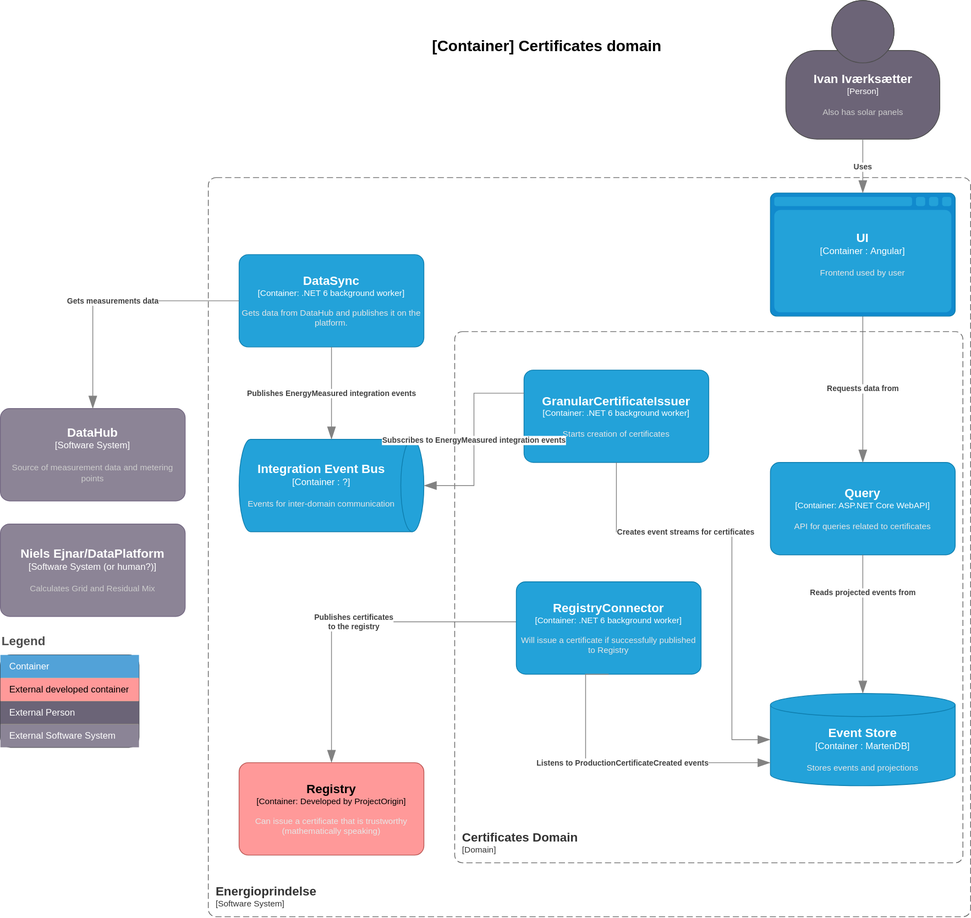
Energinet-DataHub/energy-origin keeps this draw.io diagram as doc/architecture/diagrams/certificates.target.container.drawio.svg. Above is the earlier version. Source tidied: cells renumbered, new cells last; positions are measured from the earlier drawing's top-left corner, leaving out a move shared by most shapes.
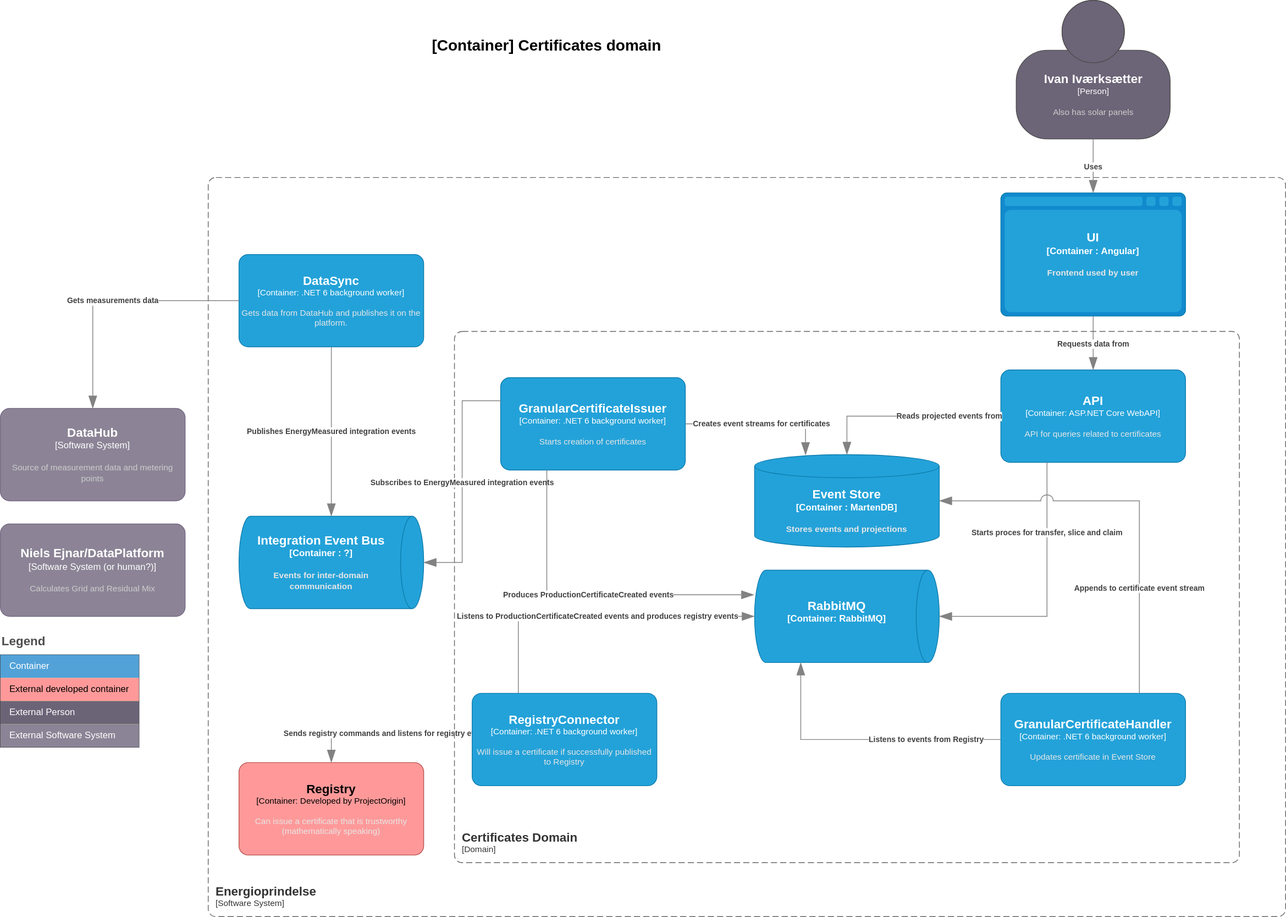
Later version of the same file.

Change to the diagram source:
```diff
@@ -6,8 +6,8 @@
       <mxCell style="rounded=1;fontSize=11;whiteSpace=wrap;html=1;dashed=1;arcSize=20;fillColor=none;strokeColor=#666666;fontColor=#333333;labelBackgroundColor=none;align=left;verticalAlign=bottom;labelBorderColor=none;spacingTop=0;spacing=10;dashPattern=8 4;perimeter=rectanglePerimeter;noLabel=0;labelPadding=0;absoluteArcSize=1;" parent="1" vertex="1">
-        <mxGeometry x="270" y="230" width="990" height="960" as="geometry" />
+        <mxGeometry x="270" y="230" width="1400" height="960" as="geometry" />
       </mxCell>
     </object>
-    <object id="3" label="&lt;font style=&quot;font-size: 16px&quot;&gt;&lt;b&gt;%c4Name%&lt;/b&gt;&lt;/font&gt;&lt;div&gt;[%c4Type%: %c4Technology%]&lt;/div&gt;&lt;br&gt;&lt;div&gt;&lt;font style=&quot;font-size: 11px&quot;&gt;&lt;font color=&quot;#E6E6E6&quot;&gt;%c4Description%&lt;/font&gt;&lt;/div&gt;" c4Description="API for queries related to certificates" c4Name="Query" c4Technology="ASP.NET Core WebAPI" c4Type="Container" placeholders="1">
+    <object id="3" label="&lt;font style=&quot;font-size: 16px&quot;&gt;&lt;b&gt;%c4Name%&lt;/b&gt;&lt;/font&gt;&lt;div&gt;[%c4Type%: %c4Technology%]&lt;/div&gt;&lt;br&gt;&lt;div&gt;&lt;font style=&quot;font-size: 11px&quot;&gt;&lt;font color=&quot;#E6E6E6&quot;&gt;%c4Description%&lt;/font&gt;&lt;/div&gt;" c4Description="API for queries related to certificates" c4Name="API" c4Technology="ASP.NET Core WebAPI" c4Type="Container" placeholders="1">
       <mxCell style="rounded=1;whiteSpace=wrap;html=1;fontSize=11;labelBackgroundColor=none;fillColor=#23A2D9;fontColor=#ffffff;align=center;arcSize=10;strokeColor=#0E7DAD;points=[[0.25,0,0],[0.5,0,0],[0.75,0,0],[1,0.25,0],[1,0.5,0],[1,0.75,0],[0.75,1,0],[0.5,1,0],[0.25,1,0],[0,0.75,0],[0,0.5,0],[0,0.25,0]];" parent="1" vertex="1">
-        <mxGeometry x="1000" y="600" width="240" height="120" as="geometry" />
+        <mxGeometry x="1300" y="480" width="240" height="120" as="geometry" />
       </mxCell>
@@ -16,3 +16,3 @@
       <mxCell style="rounded=1;whiteSpace=wrap;html=1;fontSize=11;labelBackgroundColor=none;fillColor=#23A2D9;fontColor=#ffffff;align=center;arcSize=10;strokeColor=#0E7DAD;points=[[0.25,0,0],[0.5,0,0],[0.75,0,0],[1,0.25,0],[1,0.5,0],[1,0.75,0],[0.75,1,0],[0.5,1,0],[0.25,1,0],[0,0.75,0],[0,0.5,0],[0,0.25,0]];" parent="1" vertex="1">
-        <mxGeometry x="680" y="480" width="240" height="120" as="geometry" />
+        <mxGeometry x="650" y="490" width="240" height="120" as="geometry" />
       </mxCell>
@@ -21,3 +21,3 @@
       <mxCell style="shape=cylinder3;size=15;whiteSpace=wrap;html=1;boundedLbl=1;rounded=0;labelBackgroundColor=none;fillColor=#23A2D9;fontSize=12;fontColor=#ffffff;align=center;strokeColor=#0E7DAD;points=[[0.5,0,0],[1,0.25,0],[1,0.5,0],[1,0.75,0],[0.5,1,0],[0,0.75,0],[0,0.5,0],[0,0.25,0]];" parent="1" vertex="1">
-        <mxGeometry x="1000" y="900" width="240" height="120" as="geometry" />
+        <mxGeometry x="980" y="590" width="240" height="120" as="geometry" />
       </mxCell>
@@ -25,4 +25,4 @@
     <object id="6" label="&lt;div style=&quot;text-align: left&quot;&gt;&lt;div style=&quot;text-align: center&quot;&gt;&lt;b&gt;%c4Description%&lt;/b&gt;&lt;/div&gt;" c4Description="Reads projected events from" c4Type="Relationship" placeholders="1">
-      <mxCell style="endArrow=blockThin;html=1;fontSize=10;fontColor=#404040;strokeWidth=1;endFill=1;strokeColor=#828282;elbow=vertical;endSize=14;startSize=14;jumpStyle=arc;jumpSize=16;rounded=0;edgeStyle=orthogonalEdgeStyle;exitX=0.5;exitY=1;exitDx=0;exitDy=0;exitPerimeter=0;entryX=0.5;entryY=0;entryDx=0;entryDy=0;entryPerimeter=0;" parent="1" edge="1" source="3" target="5">
-        <mxGeometry x="-0.47" relative="1" as="geometry" />
+      <mxCell style="endArrow=blockThin;html=1;fontSize=10;fontColor=#404040;strokeWidth=1;endFill=1;strokeColor=#828282;elbow=vertical;endSize=14;startSize=14;jumpStyle=arc;jumpSize=16;rounded=0;edgeStyle=orthogonalEdgeStyle;exitX=0;exitY=0.5;exitDx=0;exitDy=0;exitPerimeter=0;entryX=0.5;entryY=0;entryDx=0;entryDy=0;entryPerimeter=0;" parent="1" edge="1" source="3" target="5">
+        <mxGeometry x="-0.46" relative="1" as="geometry" />
       </mxCell>
@@ -41,3 +41,3 @@
       <mxCell style="html=1;fontSize=11;dashed=0;whitespace=wrap;fillColor=#6C6477;strokeColor=#4D4D4D;fontColor=#ffffff;shape=mxgraph.c4.person2;align=center;points=[[0.5,0,0],[1,0.5,0],[1,0.75,0],[0.75,1,0],[0.5,1,0],[0.25,1,0],[0,0.75,0],[0,0.5,0]];" parent="1" vertex="1">
-        <mxGeometry x="1020" width="200" height="180" as="geometry" />
+        <mxGeometry x="1320" width="200" height="180" as="geometry" />
       </mxCell>
@@ -46,3 +46,3 @@
       <mxCell style="shape=mxgraph.c4.webBrowserContainer;whiteSpace=wrap;html=1;boundedLbl=1;rounded=0;labelBackgroundColor=none;fillColor=#118ACD;fontSize=12;fontColor=#ffffff;align=center;strokeColor=#0E7DAD;points=[[0.5,0,0],[1,0.25,0],[1,0.5,0],[1,0.75,0],[0.5,1,0],[0,0.75,0],[0,0.5,0],[0,0.25,0]];" parent="1" vertex="1">
-        <mxGeometry x="1000" y="250" width="240" height="160" as="geometry" />
+        <mxGeometry x="1300" y="250" width="240" height="160" as="geometry" />
       </mxCell>
@@ -61,3 +61,3 @@
       <mxCell style="shape=cylinder3;size=15;direction=south;whiteSpace=wrap;html=1;boundedLbl=1;rounded=0;labelBackgroundColor=none;fillColor=#23A2D9;fontSize=12;fontColor=#ffffff;align=center;strokeColor=#0E7DAD;points=[[0.5,0,0],[1,0.25,0],[1,0.5,0],[1,0.75,0],[0.5,1,0],[0,0.75,0],[0,0.5,0],[0,0.25,0]];" parent="1" vertex="1">
-        <mxGeometry x="310" y="570" width="240" height="120" as="geometry" />
+        <mxGeometry x="310" y="670" width="240" height="120" as="geometry" />
       </mxCell>
@@ -79,3 +79,3 @@
     </object>
-    <object id="17" label="&lt;div style=&quot;text-align: left&quot;&gt;&lt;div style=&quot;text-align: center&quot;&gt;&lt;b&gt;%c4Description%&lt;/b&gt;&lt;/div&gt;" c4Description="Publishes certificates&#10;to the registry" c4Type="Relationship" placeholders="1">
+    <object id="17" label="&lt;div style=&quot;text-align: left&quot;&gt;&lt;div style=&quot;text-align: center&quot;&gt;&lt;b&gt;%c4Description%&lt;/b&gt;&lt;/div&gt;" c4Description="Sends registry commands and listens for registry events" c4Type="Relationship" placeholders="1">
       <mxCell style="endArrow=blockThin;html=1;fontSize=10;fontColor=#404040;strokeWidth=1;endFill=1;strokeColor=#828282;elbow=vertical;endSize=14;startSize=14;jumpStyle=arc;jumpSize=16;rounded=0;edgeStyle=orthogonalEdgeStyle;exitX=0;exitY=0.433;exitDx=0;exitDy=0;exitPerimeter=0;entryX=0.5;entryY=0;entryDx=0;entryDy=0;entryPerimeter=0;" parent="1" edge="1" source="27" target="18">
@@ -109,3 +109,3 @@
       <mxCell style="rounded=1;fontSize=11;whiteSpace=wrap;html=1;dashed=1;arcSize=20;fillColor=none;strokeColor=#666666;fontColor=#333333;labelBackgroundColor=none;align=left;verticalAlign=bottom;labelBorderColor=none;spacingTop=0;spacing=10;dashPattern=8 4;perimeter=rectanglePerimeter;noLabel=0;labelPadding=0;absoluteArcSize=1;" parent="1" vertex="1">
-        <mxGeometry x="590" y="430" width="660" height="690" as="geometry" />
+        <mxGeometry x="590" y="430" width="1020" height="690" as="geometry" />
       </mxCell>
@@ -113,6 +113,4 @@
     <object id="26" label="&lt;div style=&quot;text-align: left&quot;&gt;&lt;div style=&quot;text-align: center&quot;&gt;&lt;b&gt;%c4Description%&lt;/b&gt;&lt;/div&gt;" c4Description="Uses" c4Type="Relationship" placeholders="1">
-      <mxCell style="endArrow=blockThin;html=1;fontSize=10;fontColor=#404040;strokeWidth=1;endFill=1;strokeColor=#828282;elbow=vertical;endSize=14;startSize=14;jumpStyle=arc;jumpSize=16;rounded=0;edgeStyle=orthogonalEdgeStyle;exitX=0.5;exitY=1;exitDx=0;exitDy=0;exitPerimeter=0;" parent="1" edge="1" source="9">
-        <mxGeometry relative="1" as="geometry">
-          <mxPoint x="1120" y="250" as="targetPoint" />
-        </mxGeometry>
+      <mxCell style="endArrow=blockThin;html=1;fontSize=10;fontColor=#404040;strokeWidth=1;endFill=1;strokeColor=#828282;elbow=vertical;endSize=14;startSize=14;jumpStyle=arc;jumpSize=16;rounded=0;edgeStyle=orthogonalEdgeStyle;exitX=0.5;exitY=1;exitDx=0;exitDy=0;exitPerimeter=0;entryX=0.5;entryY=0;entryDx=0;entryDy=0;entryPerimeter=0;" parent="1" edge="1" source="9" target="10">
+        <mxGeometry relative="1" as="geometry" />
       </mxCell>
@@ -121,3 +119,3 @@
       <mxCell style="rounded=1;whiteSpace=wrap;html=1;fontSize=11;labelBackgroundColor=none;fillColor=#23A2D9;fontColor=#ffffff;align=center;arcSize=10;strokeColor=#0E7DAD;points=[[0.25,0,0],[0.5,0,0],[0.75,0,0],[1,0.25,0],[1,0.5,0],[1,0.75,0],[0.75,1,0],[0.5,1,0],[0.25,1,0],[0,0.75,0],[0,0.5,0],[0,0.25,0]];" parent="1" vertex="1">
-        <mxGeometry x="670" y="755" width="240" height="120" as="geometry" />
+        <mxGeometry x="613" y="900" width="240" height="120" as="geometry" />
       </mxCell>
@@ -125,19 +123,9 @@
     <object id="28" label="&lt;div style=&quot;text-align: left&quot;&gt;&lt;div style=&quot;text-align: center&quot;&gt;&lt;b&gt;%c4Description%&lt;/b&gt;&lt;/div&gt;" c4Description="Creates event streams for certificates" c4Type="Relationship" placeholders="1">
-      <mxCell style="endArrow=blockThin;html=1;fontSize=10;fontColor=#404040;strokeWidth=1;endFill=1;strokeColor=#828282;elbow=vertical;endSize=14;startSize=14;jumpStyle=arc;jumpSize=16;rounded=0;edgeStyle=orthogonalEdgeStyle;entryX=0;entryY=0.5;entryDx=0;entryDy=0;entryPerimeter=0;exitX=0.5;exitY=1;exitDx=0;exitDy=0;exitPerimeter=0;" parent="1" edge="1" source="4" target="5">
-        <mxGeometry x="-0.36" relative="1" as="geometry">
-          <Array as="points">
-            <mxPoint x="800" y="690" />
-            <mxPoint x="950" y="690" />
-            <mxPoint x="950" y="960" />
-          </Array>
-        </mxGeometry>
+      <mxCell style="endArrow=blockThin;html=1;fontSize=10;fontColor=#404040;strokeWidth=1;endFill=1;strokeColor=#828282;elbow=vertical;endSize=14;startSize=14;jumpStyle=arc;jumpSize=16;rounded=0;edgeStyle=orthogonalEdgeStyle;exitX=1;exitY=0.5;exitDx=0;exitDy=0;exitPerimeter=0;entryX=0.276;entryY=0.005;entryDx=0;entryDy=0;entryPerimeter=0;" parent="1" edge="1" source="4" target="5">
+        <mxGeometry relative="1" as="geometry" />
       </mxCell>
     </object>
-    <object id="29" label="&lt;div style=&quot;text-align: left&quot;&gt;&lt;div style=&quot;text-align: center&quot;&gt;&lt;b&gt;%c4Description%&lt;/b&gt;&lt;/div&gt;" c4Description="Listens to ProductionCertificateCreated events" c4Type="Relationship" placeholders="1">
-      <mxCell style="endArrow=blockThin;html=1;fontSize=10;fontColor=#404040;strokeWidth=1;endFill=1;strokeColor=#828282;elbow=vertical;endSize=14;startSize=14;jumpStyle=arc;jumpSize=16;rounded=0;edgeStyle=orthogonalEdgeStyle;exitX=0.5;exitY=1;exitDx=0;exitDy=0;exitPerimeter=0;entryX=0;entryY=0.75;entryDx=0;entryDy=0;entryPerimeter=0;" parent="1" edge="1" source="27" target="5">
-        <mxGeometry relative="1" as="geometry">
-          <Array as="points">
-            <mxPoint x="760" y="990" />
-          </Array>
-        </mxGeometry>
+    <object id="29" label="&lt;div style=&quot;text-align: left&quot;&gt;&lt;div style=&quot;text-align: center&quot;&gt;&lt;b&gt;%c4Description%&lt;/b&gt;&lt;/div&gt;" c4Description="Listens to ProductionCertificateCreated events  and produces registry events" c4Type="Relationship" placeholders="1">
+      <mxCell style="endArrow=blockThin;html=1;fontSize=10;fontColor=#404040;strokeWidth=1;endFill=1;strokeColor=#828282;elbow=vertical;endSize=14;startSize=14;jumpStyle=arc;jumpSize=16;rounded=0;edgeStyle=orthogonalEdgeStyle;exitX=0.25;exitY=0;exitDx=0;exitDy=0;exitPerimeter=0;entryX=0.5;entryY=1;entryDx=0;entryDy=0;entryPerimeter=0;" parent="1" edge="1" source="27" target="31">
+        <mxGeometry relative="1" as="geometry" />
       </mxCell>
@@ -149,2 +137,32 @@
     </object>
+    <object id="31" label="&lt;font style=&quot;font-size: 16px&quot;&gt;&lt;b&gt;%c4Type%&lt;/font&gt;&lt;div&gt;[%c4Container%:&amp;nbsp;%c4Technology%]&lt;/div&gt;&lt;br&gt;&lt;div&gt;&lt;font style=&quot;font-size: 11px&quot;&gt;&lt;font color=&quot;#E6E6E6&quot;&gt;%c4Description%&lt;/font&gt;&lt;/div&gt;" c4Container="Container" c4Description="" c4Technology="RabbitMQ" c4Type="RabbitMQ" placeholders="1">
+      <mxCell style="shape=cylinder3;size=15;direction=south;whiteSpace=wrap;html=1;boundedLbl=1;rounded=0;labelBackgroundColor=none;fillColor=#23A2D9;fontSize=12;fontColor=#ffffff;align=center;strokeColor=#0E7DAD;points=[[0.5,0,0],[1,0.25,0],[1,0.5,0],[1,0.75,0],[0.5,1,0],[0,0.75,0],[0,0.5,0],[0,0.25,0]];" parent="1" vertex="1">
+        <mxGeometry x="980" y="740" width="240" height="120" as="geometry" />
+      </mxCell>
+    </object>
+    <object id="32" label="&lt;div style=&quot;text-align: left&quot;&gt;&lt;div style=&quot;text-align: center&quot;&gt;&lt;b&gt;%c4Description%&lt;/b&gt;&lt;/div&gt;" c4Description="Produces ProductionCertificateCreated events" c4Type="Relationship" placeholders="1">
+      <mxCell style="endArrow=blockThin;html=1;fontSize=10;fontColor=#404040;strokeWidth=1;endFill=1;strokeColor=#828282;elbow=vertical;endSize=14;startSize=14;jumpStyle=arc;jumpSize=16;rounded=0;edgeStyle=orthogonalEdgeStyle;exitX=0.25;exitY=1;exitDx=0;exitDy=0;exitPerimeter=0;entryX=0.267;entryY=1.003;entryDx=0;entryDy=0;entryPerimeter=0;" parent="1" edge="1" source="4" target="31">
+        <mxGeometry relative="1" as="geometry" />
+      </mxCell>
+    </object>
+    <object id="33" label="&lt;font style=&quot;font-size: 16px&quot;&gt;&lt;b&gt;%c4Name%&lt;/b&gt;&lt;/font&gt;&lt;div&gt;[%c4Type%: %c4Technology%]&lt;/div&gt;&lt;br&gt;&lt;div&gt;&lt;font style=&quot;font-size: 11px&quot;&gt;&lt;font color=&quot;#E6E6E6&quot;&gt;%c4Description%&lt;/font&gt;&lt;/div&gt;" c4Description="Updates certificate in Event Store" c4Name="GranularCertificateHandler" c4Technology=".NET 6 background worker" c4Type="Container" placeholders="1">
+      <mxCell style="rounded=1;whiteSpace=wrap;html=1;fontSize=11;labelBackgroundColor=none;fillColor=#23A2D9;fontColor=#ffffff;align=center;arcSize=10;strokeColor=#0E7DAD;points=[[0.25,0,0],[0.5,0,0],[0.75,0,0],[1,0.25,0],[1,0.5,0],[1,0.75,0],[0.75,1,0],[0.5,1,0],[0.25,1,0],[0,0.75,0],[0,0.5,0],[0,0.25,0]];" parent="1" vertex="1">
+        <mxGeometry x="1300" y="900" width="240" height="120" as="geometry" />
+      </mxCell>
+    </object>
+    <object id="34" label="&lt;div style=&quot;text-align: left&quot;&gt;&lt;div style=&quot;text-align: center&quot;&gt;&lt;b&gt;%c4Description%&lt;/b&gt;&lt;/div&gt;" c4Description="Starts proces for transfer, slice and claim" c4Type="Relationship" placeholders="1">
+      <mxCell style="endArrow=blockThin;html=1;fontSize=10;fontColor=#404040;strokeWidth=1;endFill=1;strokeColor=#828282;elbow=vertical;endSize=14;startSize=14;jumpStyle=arc;jumpSize=16;rounded=0;edgeStyle=orthogonalEdgeStyle;exitX=0.25;exitY=1;exitDx=0;exitDy=0;exitPerimeter=0;entryX=0.5;entryY=0;entryDx=0;entryDy=0;entryPerimeter=0;" parent="1" edge="1" source="3" target="31">
+        <mxGeometry x="-0.46" relative="1" as="geometry" />
+      </mxCell>
+    </object>
+    <object id="35" label="&lt;div style=&quot;text-align: left&quot;&gt;&lt;div style=&quot;text-align: center&quot;&gt;&lt;b&gt;%c4Description%&lt;/b&gt;&lt;/div&gt;" c4Description="Listens to events from Registry" c4Type="Relationship" placeholders="1">
+      <mxCell style="endArrow=blockThin;html=1;fontSize=10;fontColor=#404040;strokeWidth=1;endFill=1;strokeColor=#828282;elbow=vertical;endSize=14;startSize=14;jumpStyle=arc;jumpSize=16;rounded=0;edgeStyle=orthogonalEdgeStyle;exitX=0;exitY=0.5;exitDx=0;exitDy=0;exitPerimeter=0;entryX=1;entryY=0.75;entryDx=0;entryDy=0;entryPerimeter=0;" parent="1" edge="1" source="33" target="31">
+        <mxGeometry x="-0.46" relative="1" as="geometry" />
+      </mxCell>
+    </object>
+    <object id="36" label="&lt;div style=&quot;text-align: left&quot;&gt;&lt;div style=&quot;text-align: center&quot;&gt;&lt;b&gt;%c4Description%&lt;/b&gt;&lt;/div&gt;" c4Description="Appends to certificate event stream" c4Type="Relationship" placeholders="1">
+      <mxCell style="endArrow=blockThin;html=1;fontSize=10;fontColor=#404040;strokeWidth=1;endFill=1;strokeColor=#828282;elbow=vertical;endSize=14;startSize=14;jumpStyle=arc;jumpSize=16;rounded=0;edgeStyle=orthogonalEdgeStyle;exitX=0.75;exitY=0;exitDx=0;exitDy=0;exitPerimeter=0;entryX=1;entryY=0.5;entryDx=0;entryDy=0;entryPerimeter=0;" parent="1" edge="1" source="33" target="5">
+        <mxGeometry x="-0.46" relative="1" as="geometry" />
+      </mxCell>
+    </object>
   </root>
```
